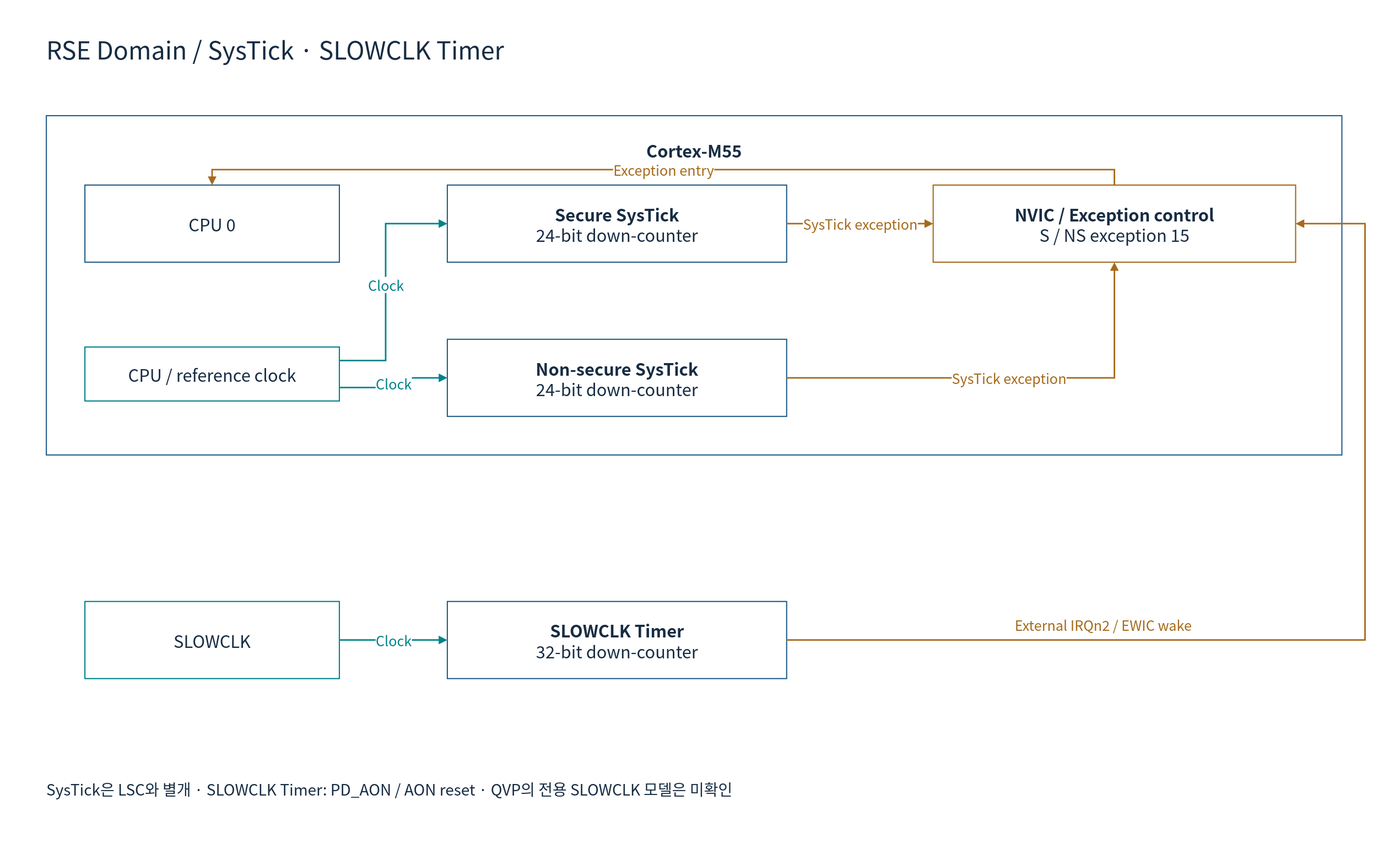
Before: doc/phase1/timer/diagrams/01rse-d-systick.drawio.svg, a diagram exported from draw.io (cometzero/project-apollo). Source tidied: cells renumbered, new cells last; positions are measured from the earlier drawing's top-left corner, leaving out a move shared by most shapes.
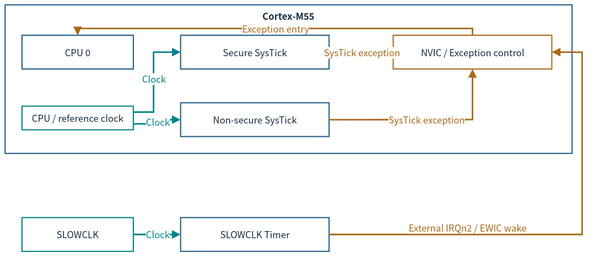
After the commit.

What changed in the source:
```diff
@@ -2,79 +2,70 @@
   <root>
     <mxCell id="0" />
     <mxCell id="1" parent="0" />
-    <mxCell id="2" style="rounded=0;whiteSpace=wrap;html=1;fillColor=#FFFFFF;strokeColor=none;strokeWidth=1.5;fontColor=#172C43;fontFamily=Noto Sans CJK KR;fontSize=22;spacing=10;" parent="1" vertex="1">
-      <mxGeometry width="1800" height="1100" as="geometry" />
-    </mxCell>
-    <mxCell id="3" value="RSE Domain / SysTick · SLOWCLK Timer" style="rounded=0;whiteSpace=wrap;html=1;fillColor=#FFFFFF;strokeColor=none;strokeWidth=1.5;fontColor=#172C43;fontFamily=Noto Sans CJK KR;fontSize=22;spacing=10;fontSize=32;align=left;" parent="1" vertex="1">
-      <mxGeometry x="50" y="30" width="1700" height="65" as="geometry" />
-    </mxCell>
-    <mxCell id="4" value="Cortex-M55" style="rounded=0;whiteSpace=wrap;html=1;fillColor=#FFFFFF;strokeColor=#235D86;strokeWidth=1.5;fontColor=#172C43;fontFamily=Noto Sans CJK KR;fontSize=22;spacing=10;verticalAlign=top;fontStyle=1;spacingTop=16;" parent="1" vertex="1">
-      <mxGeometry x="60" y="150" width="1680" height="440" as="geometry" />
+    <mxCell id="4" value="Cortex-M55" style="rounded=0;whiteSpace=wrap;html=1;fillColor=#FFFFFF;strokeColor=#235D86;strokeWidth=1.5;fontColor=#172C43;fontFamily=Noto Sans CJK KR;verticalAlign=top;fontStyle=1;fontSize=12;spacing=3;whiteSpace=wrap;" parent="1" vertex="1">
+      <mxGeometry x="16.4" y="38.3" width="735.6" height="192.7" as="geometry" />
     </mxCell>
-    <mxCell id="5" value="CPU 0" style="rounded=0;whiteSpace=wrap;html=1;fillColor=#FFFFFF;strokeColor=#235D86;strokeWidth=1.5;fontColor=#172C43;fontFamily=Noto Sans CJK KR;fontSize=22;spacing=10;" parent="4" vertex="1">
-      <mxGeometry x="50" y="90" width="330" height="100" as="geometry" />
+    <mxCell id="5" value="CPU 0" style="rounded=0;whiteSpace=wrap;html=1;fillColor=#FFFFFF;strokeColor=#235D86;strokeWidth=1.5;fontColor=#172C43;fontFamily=Noto Sans CJK KR;fontSize=12;spacing=3;whiteSpace=wrap;" parent="4" vertex="1">
+      <mxGeometry x="21.9" y="39.4" width="144.5" height="43.8" as="geometry" />
     </mxCell>
-    <mxCell id="6" value="&lt;b&gt;Secure SysTick&lt;/b&gt;&lt;br&gt;24-bit down-counter" style="rounded=0;whiteSpace=wrap;html=1;fillColor=#FFFFFF;strokeColor=#235D86;strokeWidth=1.5;fontColor=#172C43;fontFamily=Noto Sans CJK KR;fontSize=22;spacing=10;" parent="4" vertex="1">
-      <mxGeometry x="520" y="90" width="440" height="100" as="geometry" />
+    <mxCell id="6" value="Secure SysTick" style="rounded=0;whiteSpace=wrap;html=1;fillColor=#FFFFFF;strokeColor=#235D86;strokeWidth=1.5;fontColor=#172C43;fontFamily=Noto Sans CJK KR;fontSize=12;spacing=3;whiteSpace=wrap;" parent="4" vertex="1">
+      <mxGeometry x="227.7" y="39.4" width="192.7" height="43.8" as="geometry" />
     </mxCell>
-    <mxCell id="7" value="&lt;b&gt;Non-secure SysTick&lt;/b&gt;&lt;br&gt;24-bit down-counter" style="rounded=0;whiteSpace=wrap;html=1;fillColor=#FFFFFF;strokeColor=#235D86;strokeWidth=1.5;fontColor=#172C43;fontFamily=Noto Sans CJK KR;fontSize=22;spacing=10;" parent="4" vertex="1">
-      <mxGeometry x="520" y="290" width="440" height="100" as="geometry" />
+    <mxCell id="7" value="Non-secure SysTick" style="rounded=0;whiteSpace=wrap;html=1;fillColor=#FFFFFF;strokeColor=#235D86;strokeWidth=1.5;fontColor=#172C43;fontFamily=Noto Sans CJK KR;fontSize=12;spacing=3;whiteSpace=wrap;" parent="4" vertex="1">
+      <mxGeometry x="227.7" y="127" width="192.7" height="43.8" as="geometry" />
     </mxCell>
-    <mxCell id="8" value="&lt;b&gt;NVIC / Exception control&lt;/b&gt;&lt;br&gt;S / NS exception 15" style="rounded=0;whiteSpace=wrap;html=1;fillColor=#FFFFFF;strokeColor=#A56A1A;strokeWidth=1.5;fontColor=#172C43;fontFamily=Noto Sans CJK KR;fontSize=22;spacing=10;" parent="4" vertex="1">
-      <mxGeometry x="1150" y="90" width="470" height="100" as="geometry" />
+    <mxCell id="8" value="NVIC / Exception control" style="rounded=0;whiteSpace=wrap;html=1;fillColor=#FFFFFF;strokeColor=#A56A1A;strokeWidth=1.5;fontColor=#172C43;fontFamily=Noto Sans CJK KR;fontSize=12;spacing=3;whiteSpace=wrap;" parent="4" vertex="1">
+      <mxGeometry x="503.6" y="39.4" width="205.8" height="43.8" as="geometry" />
     </mxCell>
-    <mxCell id="9" value="SysTick exception" style="edgeStyle=orthogonalEdgeStyle;rounded=0;html=1;endArrow=block;endFill=1;strokeWidth=2;strokeColor=#A56A1A;fontColor=#A56A1A;fontFamily=Noto Sans CJK KR;fontSize=18;labelBackgroundColor=#FFFFFF;exitX=1;exitY=0.5;entryX=0;entryY=0.5;" parent="1" edge="1" source="6" target="8">
+    <mxCell id="9" value="SysTick exception" style="edgeStyle=orthogonalEdgeStyle;rounded=0;html=1;endArrow=block;endFill=1;strokeWidth=2;strokeColor=#A56A1A;fontColor=#A56A1A;fontFamily=Noto Sans CJK KR;labelBackgroundColor=#FFFFFF;exitX=1;exitY=0.5;entryX=0;entryY=0.5;fontSize=12;spacing=3;whiteSpace=nowrap;" parent="1" edge="1" source="6" target="8">
       <mxGeometry relative="1" as="geometry" />
     </mxCell>
-    <mxCell id="10" value="SysTick exception" style="edgeStyle=orthogonalEdgeStyle;rounded=0;html=1;endArrow=block;endFill=1;strokeWidth=2;strokeColor=#A56A1A;fontColor=#A56A1A;fontFamily=Noto Sans CJK KR;fontSize=18;labelBackgroundColor=#FFFFFF;exitX=1;exitY=0.5;entryX=0.5;entryY=1;" parent="1" edge="1" source="7" target="8">
+    <mxCell id="10" value="SysTick exception" style="edgeStyle=orthogonalEdgeStyle;rounded=0;html=1;endArrow=block;endFill=1;strokeWidth=2;strokeColor=#A56A1A;fontColor=#A56A1A;fontFamily=Noto Sans CJK KR;labelBackgroundColor=#FFFFFF;exitX=1;exitY=0.5;entryX=0.5;entryY=1;fontSize=12;spacing=3;whiteSpace=nowrap;" parent="1" edge="1" source="7" target="8">
       <mxGeometry relative="1" as="geometry">
         <Array as="points">
-          <mxPoint x="1445" y="490" />
+          <mxPoint x="622.8" y="187.2" />
         </Array>
       </mxGeometry>
     </mxCell>
-    <mxCell id="11" value="Exception entry" style="edgeStyle=orthogonalEdgeStyle;rounded=0;html=1;endArrow=block;endFill=1;strokeWidth=2;strokeColor=#A56A1A;fontColor=#A56A1A;fontFamily=Noto Sans CJK KR;fontSize=18;labelBackgroundColor=#FFFFFF;exitX=0.5;exitY=0;entryX=0.5;entryY=0;" parent="1" edge="1" source="8" target="5">
+    <mxCell id="11" value="Exception entry" style="edgeStyle=orthogonalEdgeStyle;rounded=0;html=1;endArrow=block;endFill=1;strokeWidth=2;strokeColor=#A56A1A;fontColor=#A56A1A;fontFamily=Noto Sans CJK KR;labelBackgroundColor=#FFFFFF;exitX=0.5;exitY=0;entryX=0.5;entryY=0;fontSize=12;spacing=3;whiteSpace=nowrap;" parent="1" edge="1" source="8" target="5">
       <mxGeometry relative="1" as="geometry">
         <Array as="points">
-          <mxPoint x="1445" y="220" />
-          <mxPoint x="275" y="220" />
+          <mxPoint x="622.8" y="68.9" />
+          <mxPoint x="110.5" y="68.9" />
         </Array>
       </mxGeometry>
     </mxCell>
-    <mxCell id="12" value="CPU / reference clock" style="rounded=0;whiteSpace=wrap;html=1;fillColor=#FFFFFF;strokeColor=#00838A;strokeWidth=1.5;fontColor=#172C43;fontFamily=Noto Sans CJK KR;fontSize=22;spacing=10;" parent="1" vertex="1">
-      <mxGeometry x="110" y="450" width="330" height="70" as="geometry" />
+    <mxCell id="12" value="CPU / reference clock" style="rounded=0;whiteSpace=wrap;html=1;fillColor=#FFFFFF;strokeColor=#00838A;strokeWidth=1.5;fontColor=#172C43;fontFamily=Noto Sans CJK KR;fontSize=12;spacing=3;whiteSpace=wrap;" parent="1" vertex="1">
+      <mxGeometry x="38.3" y="169.6" width="144.5" height="30.6" as="geometry" />
     </mxCell>
-    <mxCell id="13" value="Clock" style="edgeStyle=orthogonalEdgeStyle;rounded=0;html=1;endArrow=block;endFill=1;strokeWidth=2;strokeColor=#00838A;fontColor=#00838A;fontFamily=Noto Sans CJK KR;fontSize=18;labelBackgroundColor=#FFFFFF;exitX=1;exitY=0.25;entryX=0;entryY=0.5;" parent="1" edge="1" source="12" target="6">
+    <mxCell id="13" value="Clock" style="edgeStyle=orthogonalEdgeStyle;rounded=0;html=1;endArrow=block;endFill=1;strokeWidth=2;strokeColor=#00838A;fontColor=#00838A;fontFamily=Noto Sans CJK KR;labelBackgroundColor=#FFFFFF;exitX=1;exitY=0.25;entryX=0;entryY=0.5;fontSize=12;spacing=3;whiteSpace=nowrap;" parent="1" edge="1" source="12" target="6">
       <mxGeometry relative="1" as="geometry">
         <Array as="points">
-          <mxPoint x="500" y="467" />
-          <mxPoint x="500" y="290" />
+          <mxPoint x="209" y="177.1" />
+          <mxPoint x="209" y="99.6" />
         </Array>
       </mxGeometry>
     </mxCell>
-    <mxCell id="14" value="Clock" style="edgeStyle=orthogonalEdgeStyle;rounded=0;html=1;endArrow=block;endFill=1;strokeWidth=2;strokeColor=#00838A;fontColor=#00838A;fontFamily=Noto Sans CJK KR;fontSize=18;labelBackgroundColor=#FFFFFF;exitX=1;exitY=0.75;entryX=0;entryY=0.5;" parent="1" edge="1" source="12" target="7">
+    <mxCell id="14" value="Clock" style="edgeStyle=orthogonalEdgeStyle;rounded=0;html=1;endArrow=block;endFill=1;strokeWidth=2;strokeColor=#00838A;fontColor=#00838A;fontFamily=Noto Sans CJK KR;labelBackgroundColor=#FFFFFF;exitX=1;exitY=0.75;entryX=0;entryY=0.5;fontSize=12;spacing=3;whiteSpace=nowrap;" parent="1" edge="1" source="12" target="7">
       <mxGeometry relative="1" as="geometry" />
     </mxCell>
-    <mxCell id="15" value="SLOWCLK" style="rounded=0;whiteSpace=wrap;html=1;fillColor=#FFFFFF;strokeColor=#00838A;strokeWidth=1.5;fontColor=#172C43;fontFamily=Noto Sans CJK KR;fontSize=22;spacing=10;" parent="1" vertex="1">
-      <mxGeometry x="110" y="780" width="330" height="100" as="geometry" />
+    <mxCell id="15" value="SLOWCLK" style="rounded=0;whiteSpace=wrap;html=1;fillColor=#FFFFFF;strokeColor=#00838A;strokeWidth=1.5;fontColor=#172C43;fontFamily=Noto Sans CJK KR;fontSize=12;spacing=3;whiteSpace=wrap;" parent="1" vertex="1">
+      <mxGeometry x="38.3" y="314.1" width="144.5" height="43.8" as="geometry" />
     </mxCell>
-    <mxCell id="16" value="&lt;b&gt;SLOWCLK Timer&lt;/b&gt;&lt;br&gt;32-bit down-counter" style="rounded=0;whiteSpace=wrap;html=1;fillColor=#FFFFFF;strokeColor=#235D86;strokeWidth=1.5;fontColor=#172C43;fontFamily=Noto Sans CJK KR;fontSize=22;spacing=10;" parent="1" vertex="1">
-      <mxGeometry x="580" y="780" width="440" height="100" as="geometry" />
+    <mxCell id="16" value="SLOWCLK Timer" style="rounded=0;whiteSpace=wrap;html=1;fillColor=#FFFFFF;strokeColor=#235D86;strokeWidth=1.5;fontColor=#172C43;fontFamily=Noto Sans CJK KR;fontSize=12;spacing=3;whiteSpace=wrap;" parent="1" vertex="1">
+      <mxGeometry x="244.1" y="314.1" width="192.7" height="43.8" as="geometry" />
     </mxCell>
-    <mxCell id="17" value="Clock" style="edgeStyle=orthogonalEdgeStyle;rounded=0;html=1;endArrow=block;endFill=1;strokeWidth=2;strokeColor=#00838A;fontColor=#00838A;fontFamily=Noto Sans CJK KR;fontSize=18;labelBackgroundColor=#FFFFFF;exitX=1;exitY=0.5;entryX=0;entryY=0.5;" parent="1" edge="1" source="15" target="16">
+    <mxCell id="17" value="Clock" style="edgeStyle=orthogonalEdgeStyle;rounded=0;html=1;endArrow=block;endFill=1;strokeWidth=2;strokeColor=#00838A;fontColor=#00838A;fontFamily=Noto Sans CJK KR;labelBackgroundColor=#FFFFFF;exitX=1;exitY=0.5;entryX=0;entryY=0.5;fontSize=12;spacing=3;whiteSpace=nowrap;" parent="1" edge="1" source="15" target="16">
       <mxGeometry relative="1" as="geometry" />
     </mxCell>
-    <mxCell id="18" value="External IRQn2 / EWIC wake" style="edgeStyle=orthogonalEdgeStyle;rounded=0;html=1;endArrow=block;endFill=1;strokeWidth=2;strokeColor=#A56A1A;fontColor=#A56A1A;fontFamily=Noto Sans CJK KR;fontSize=18;labelBackgroundColor=#FFFFFF;exitX=1;exitY=0.5;entryX=1;entryY=0.5;" parent="1" edge="1" source="16" target="8">
+    <mxCell id="18" value="External IRQn2 / EWIC wake" style="edgeStyle=orthogonalEdgeStyle;rounded=0;html=1;endArrow=block;endFill=1;strokeWidth=2;strokeColor=#A56A1A;fontColor=#A56A1A;fontFamily=Noto Sans CJK KR;labelBackgroundColor=#FFFFFF;exitX=1;exitY=0.5;entryX=1;entryY=0.5;fontSize=12;spacing=3;whiteSpace=nowrap;" parent="1" edge="1" source="16" target="8">
       <mxGeometry relative="1" as="geometry">
         <Array as="points">
-          <mxPoint x="1770" y="830" />
-          <mxPoint x="1770" y="290" />
+          <mxPoint x="765.1" y="336" />
+          <mxPoint x="765.1" y="99.6" />
         </Array>
-        <mxPoint x="-280" y="-20" as="offset" />
+        <mxPoint x="-122.6" y="-8.8" as="offset" />
       </mxGeometry>
     </mxCell>
-    <mxCell id="19" value="SysTick은 LSC와 별개 · SLOWCLK Timer: PD_AON / AON reset · QVP의 전용 SLOWCLK 모델은 미확인" style="rounded=0;whiteSpace=wrap;html=1;fillColor=#FFFFFF;strokeColor=none;strokeWidth=1.5;fontColor=#172C43;fontFamily=Noto Sans CJK KR;fontSize=22;spacing=10;fontSize=20;align=left;" parent="1" vertex="1">
-      <mxGeometry x="50" y="990" width="1700" height="65" as="geometry" />
-    </mxCell>
   </root>
 </mxGraphModel>
```
